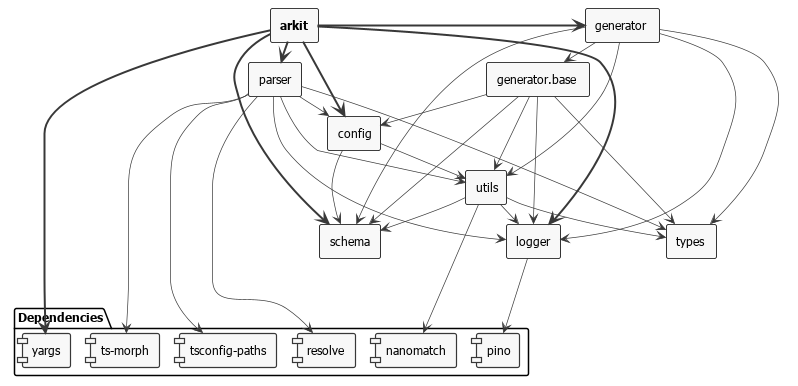
dyatko/arkit keeps this PlantUML diagram as dist/arkit.png. Above is the earlier version. Source of this version:
```plantuml
@startuml

scale max 1920 width
top to bottom direction

skinparam monochrome true
skinparam shadowing false
skinparam nodesep 20
skinparam ranksep 20
skinparam defaultFontName Tahoma
skinparam defaultFontSize 12
skinparam roundCorner 4
skinparam dpi 150
skinparam arrowThickness 0.7
skinparam packageTitleAlignment left

skinparam usecase {
  borderThickness 0.4
  fontSize 12
}

skinparam rectangle {
  borderThickness 0.8
}

skinparam component {
  borderThickness 1.2
}


rectangle "<b>arkit</b>" as arkit
rectangle "config" as config
rectangle "generator" as generator
rectangle "generator.base" as generator_base
rectangle "logger" as logger
rectangle "parser" as parser
rectangle "schema" as schema
rectangle "types" as types
rectangle "utils" as utils

package "Dependencies" {
  [nanomatch]
  [pino]
  [resolve]
  [ts-morph]
  [tsconfig-paths]
  [yargs]
}

arkit => config
arkit => generator
arkit => logger
arkit => parser
arkit => schema
arkit ====> [yargs]
config --> schema
config --> utils
generator --> generator_base
generator --> logger
generator --> schema
generator --> types
generator --> utils
generator_base --> config
generator_base --> logger
generator_base --> schema
generator_base --> types
generator_base --> utils
logger ----> [pino]
parser --> config
parser --> logger
parser ----> [resolve]
parser ----> [ts-morph]
parser ----> [tsconfig-paths]
parser --> types
parser --> utils
utils --> logger
utils ----> [nanomatch]
utils --> schema
utils --> types

@enduml
```
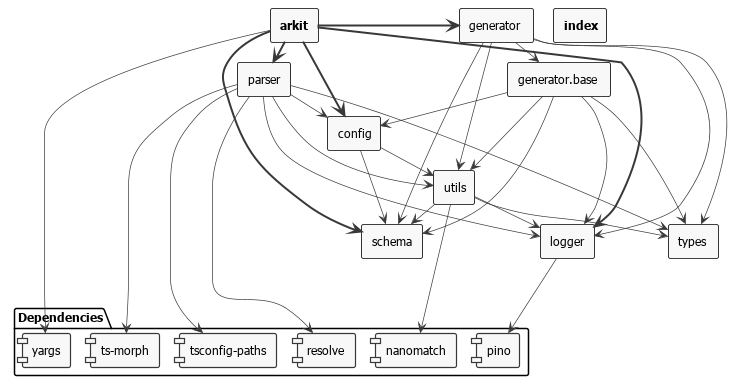
After the change.

Change to the diagram source:
```diff
@@ -28,15 +28,16 @@
 }
 
 
-rectangle "<b>arkit</b>" as arkit
-rectangle "config" as config
-rectangle "generator" as generator
-rectangle "generator.base" as generator_base
-rectangle "logger" as logger
-rectangle "parser" as parser
-rectangle "schema" as schema
-rectangle "types" as types
-rectangle "utils" as utils
+rectangle "<b>arkit</b>" as _arkit
+rectangle "config" as _config
+rectangle "generator" as _generator
+rectangle "generator.base" as _generator_base
+rectangle "<b>index</b>" as _index
+rectangle "logger" as _logger
+rectangle "parser" as _parser
+rectangle "schema" as _schema
+rectangle "types" as _types
+rectangle "utils" as _utils
 
 package "Dependencies" {
   [nanomatch]
@@ -47,35 +48,35 @@
   [yargs]
 }
 
-arkit => config
-arkit => generator
-arkit => logger
-arkit => parser
-arkit => schema
-arkit ====> [yargs]
-config --> schema
-config --> utils
-generator --> generator_base
-generator --> logger
-generator --> schema
-generator --> types
-generator --> utils
-generator_base --> config
-generator_base --> logger
-generator_base --> schema
-generator_base --> types
-generator_base --> utils
-logger ----> [pino]
-parser --> config
-parser --> logger
-parser ----> [resolve]
-parser ----> [ts-morph]
-parser ----> [tsconfig-paths]
-parser --> types
-parser --> utils
-utils --> logger
-utils ----> [nanomatch]
-utils --> schema
-utils --> types
+_arkit => _config
+_arkit => _generator
+_arkit => _logger
+_arkit => _parser
+_arkit => _schema
+_arkit ----> [yargs]
+_config --> _schema
+_config --> _utils
+_generator --> _generator_base
+_generator --> _logger
+_generator --> _schema
+_generator --> _types
+_generator --> _utils
+_generator_base --> _config
+_generator_base --> _logger
+_generator_base --> _schema
+_generator_base --> _types
+_generator_base --> _utils
+_logger ----> [pino]
+_parser --> _config
+_parser --> _logger
+_parser ----> [resolve]
+_parser ----> [ts-morph]
+_parser ----> [tsconfig-paths]
+_parser --> _types
+_parser --> _utils
+_utils --> _logger
+_utils ----> [nanomatch]
+_utils --> _schema
+_utils --> _types
 
 @enduml
```
